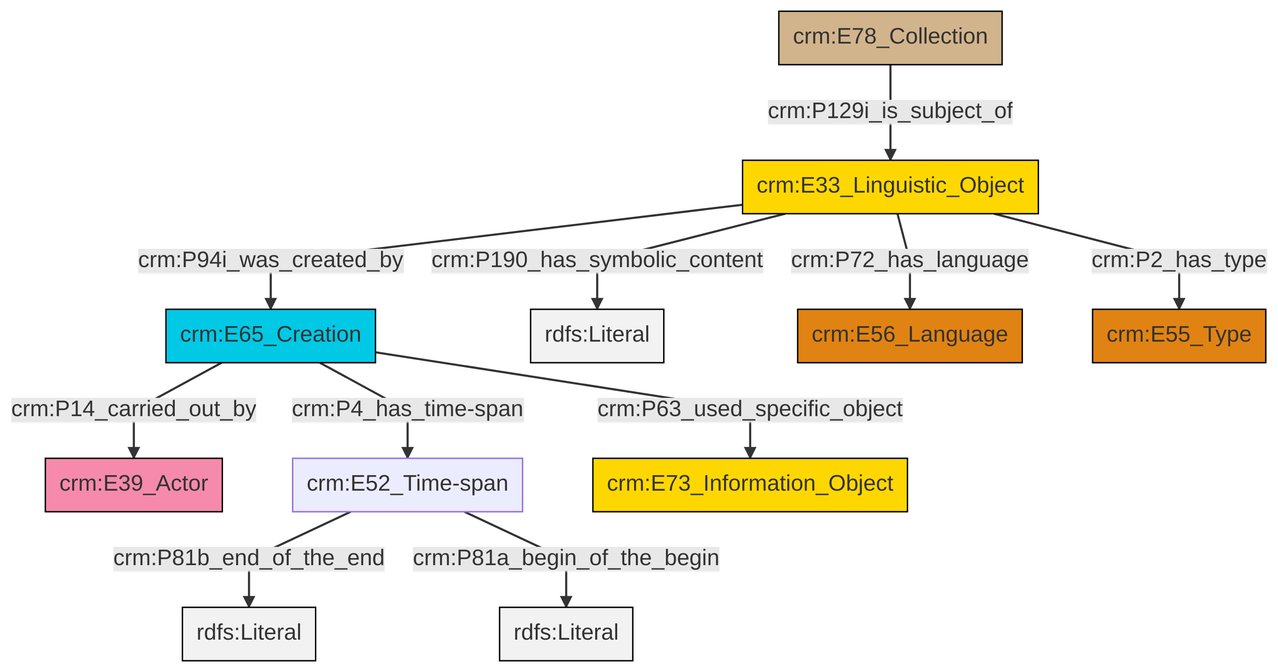
Earlier version of the Mermaid export et/archivalCSV/ttl/mmd/png/archival_desc.png (swiss-art-research-net/docs.swissartresearch). Its source is kept beside it as et/archivalCSV/ttl/mmd/archival_desc.ttl.mmd.
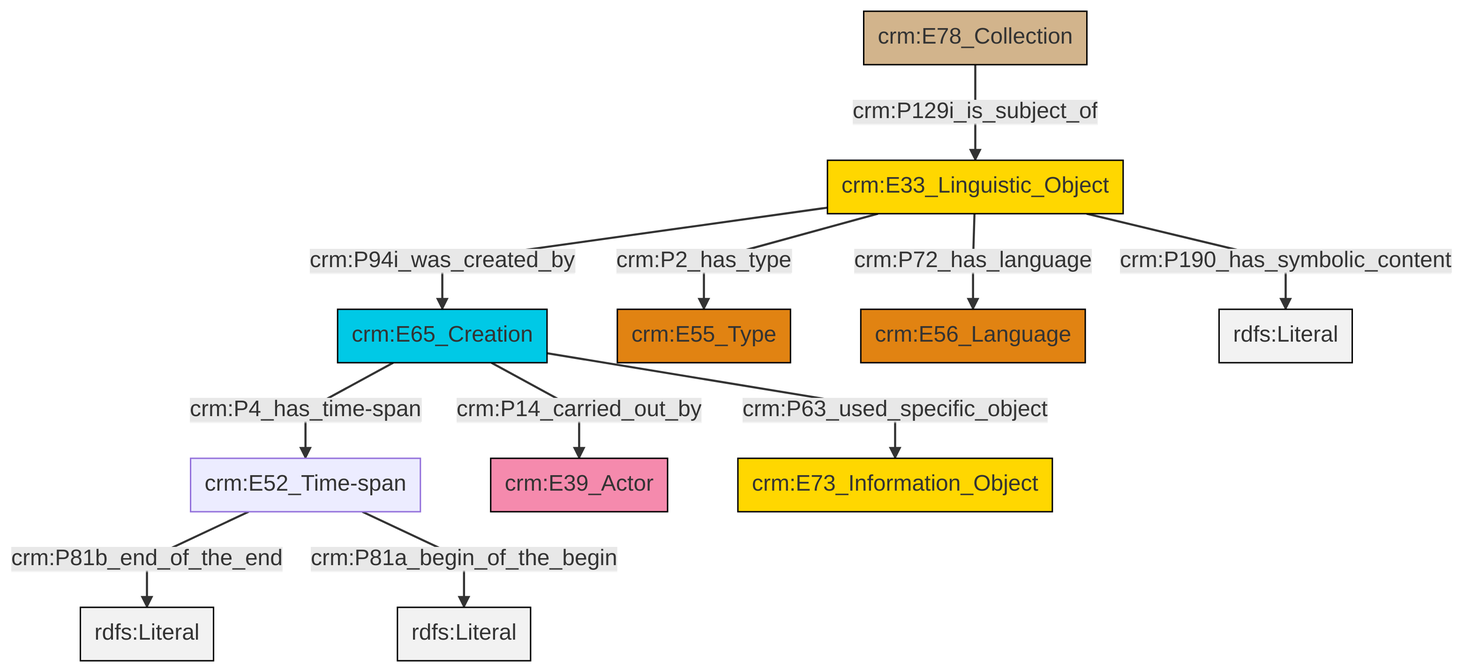
Above is the later version.

The edit, as a diff of the source:
```diff
@@ -13,13 +13,13 @@
 classDef PC_Classes fill:#4ce600, stroke:#000000;
 classDef Multi fill:#cccccc,stroke:#000000;
 
-0["crm:E65_Creation"]:::Temporal_Entity -->|crm:P14_carried_out_by| 1["crm:E39_Actor"]:::Actor
-2["crm:E52_Time-span"]:::Default -->|crm:P81b_end_of_the_end| 4[rdfs:Literal]:::Literal
-5["crm:E33_Linguistic_Object"]:::Conceptual_Object -->|crm:P190_has_symbolic_content| 6[rdfs:Literal]:::Literal
-5["crm:E33_Linguistic_Object"]:::Conceptual_Object -->|crm:P72_has_language| 7["crm:E56_Language"]:::Type
-5["crm:E33_Linguistic_Object"]:::Conceptual_Object -->|crm:P94i_was_created_by| 0["crm:E65_Creation"]:::Temporal_Entity
-8["crm:E78_Collection"]:::Physical_Thing -->|crm:P129i_is_subject_of| 5["crm:E33_Linguistic_Object"]:::Conceptual_Object
-0["crm:E65_Creation"]:::Temporal_Entity -->|crm:P4_has_time-span| 2["crm:E52_Time-span"]:::Default
-2["crm:E52_Time-span"]:::Default -->|crm:P81a_begin_of_the_begin| 11[rdfs:Literal]:::Literal
-0["crm:E65_Creation"]:::Temporal_Entity -->|crm:P63_used_specific_object| 12["crm:E73_Information_Object"]:::Conceptual_Object
-5["crm:E33_Linguistic_Object"]:::Conceptual_Object -->|crm:P2_has_type| 17["crm:E55_Type"]:::Type
+0["crm:E33_Linguistic_Object"]:::Conceptual_Object -->|crm:P94i_was_created_by| 1["crm:E65_Creation"]:::Temporal_Entity
+1["crm:E65_Creation"]:::Temporal_Entity -->|crm:P14_carried_out_by| 6["crm:E39_Actor"]:::Actor
+1["crm:E65_Creation"]:::Temporal_Entity -->|crm:P4_has_time-span| 4["crm:E52_Time-span"]:::Default
+0["crm:E33_Linguistic_Object"]:::Conceptual_Object -->|crm:P2_has_type| 2["crm:E55_Type"]:::Type
+4["crm:E52_Time-span"]:::Default -->|crm:P81b_end_of_the_end| 11[rdfs:Literal]:::Literal
+4["crm:E52_Time-span"]:::Default -->|crm:P81a_begin_of_the_begin| 12[rdfs:Literal]:::Literal
+0["crm:E33_Linguistic_Object"]:::Conceptual_Object -->|crm:P190_has_symbolic_content| 13[rdfs:Literal]:::Literal
+14["crm:E78_Collection"]:::Physical_Thing -->|crm:P129i_is_subject_of| 0["crm:E33_Linguistic_Object"]:::Conceptual_Object
+0["crm:E33_Linguistic_Object"]:::Conceptual_Object -->|crm:P72_has_language| 7["crm:E56_Language"]:::Type
+1["crm:E65_Creation"]:::Temporal_Entity -->|crm:P63_used_specific_object| 17["crm:E73_Information_Object"]:::Conceptual_Object
```
